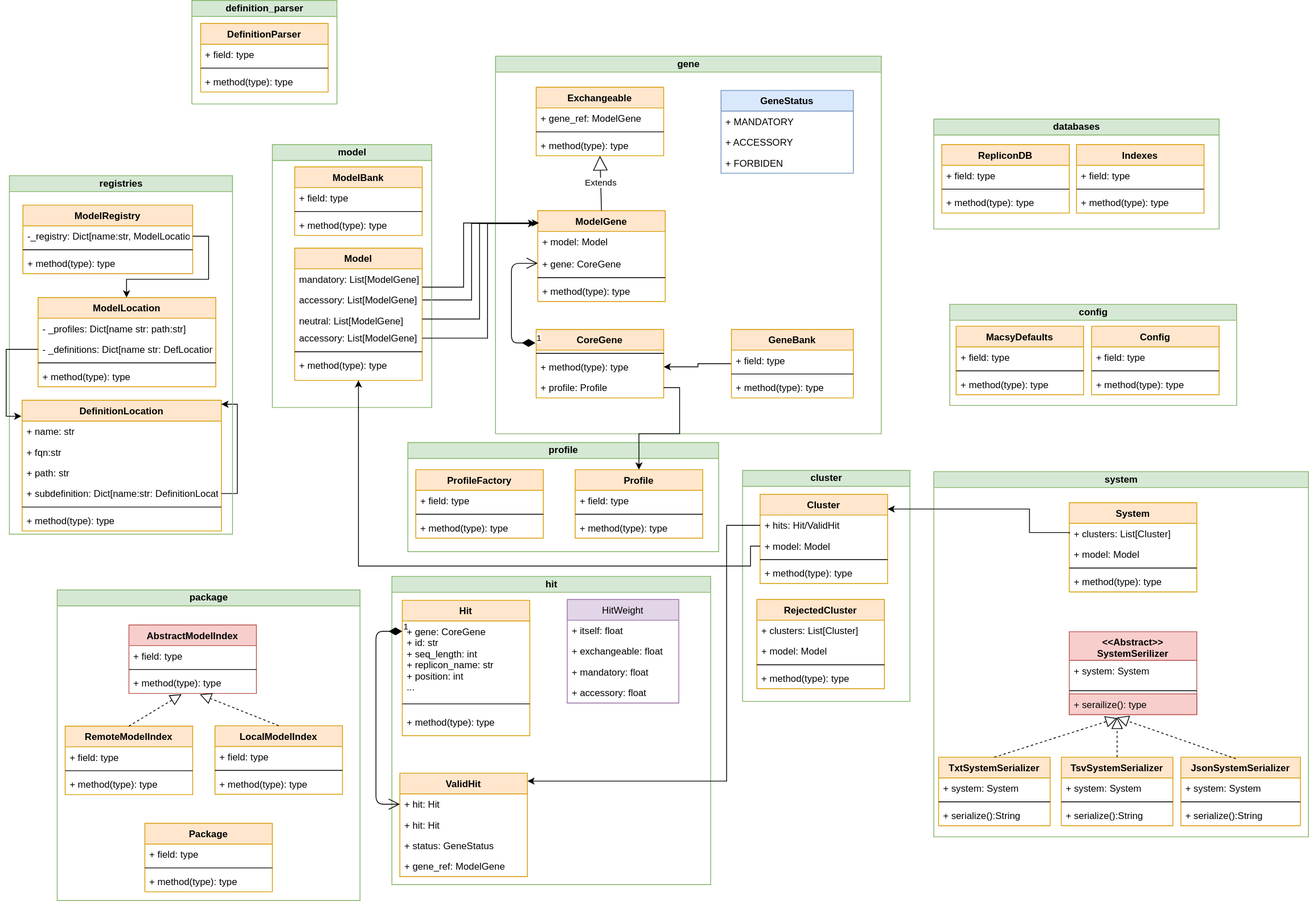
Earlier version of the draw.io export doc/source/_static/macsyfinder_classes.svg (gem-pasteur/macsyfinder). Source tidied: cells renumbered, new cells last; positions are measured from the earlier drawing's top-left corner, leaving out a move shared by most shapes.
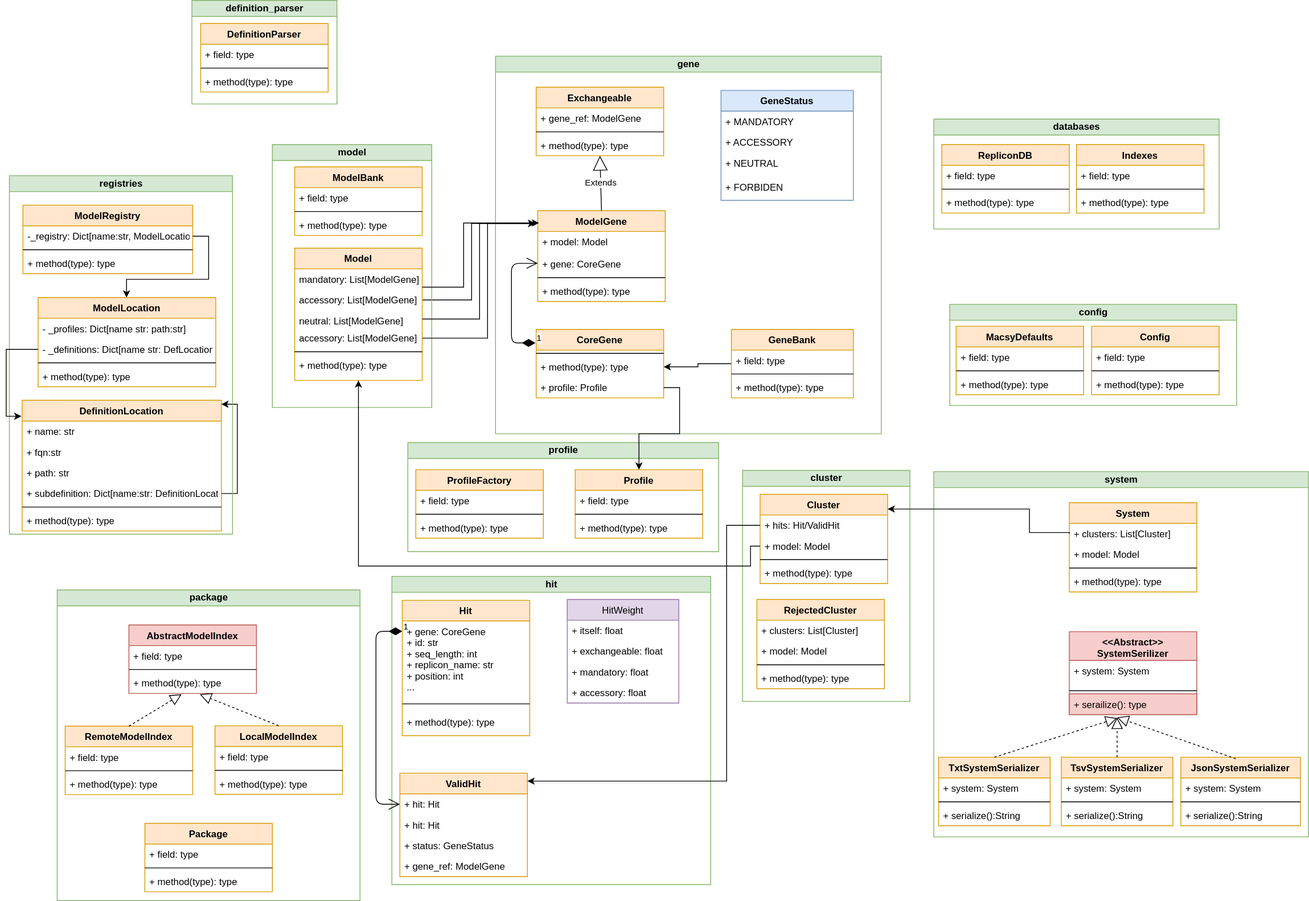
After the commit.

Commit message:
:pencil2: fix GeneStatus in classes schema

Diff of the diagram source:
```diff
@@ -302,17 +302,20 @@
       <mxGeometry x="610" y="70" width="484" height="474" as="geometry" />
     </mxCell>
     <mxCell id="99" value="GeneStatus" style="swimlane;fontStyle=1;align=center;verticalAlign=top;horizontal=1;startSize=26;fillColor=#dae8fc;strokeColor=#6c8ebf;" parent="98" vertex="1">
-      <mxGeometry x="283" y="43" width="166" height="104" as="geometry" />
+      <mxGeometry x="283" y="43" width="166" height="138" as="geometry" />
     </mxCell>
     <mxCell id="100" value="+ MANDATORY" style="text;strokeColor=none;fillColor=none;align=left;verticalAlign=top;spacingLeft=4;spacingRight=4;overflow=hidden;" parent="99" vertex="1">
       <mxGeometry y="26" width="166" height="26" as="geometry" />
     </mxCell>
-    <mxCell id="101" value="+ ACCESSORY" style="text;strokeColor=none;fillColor=none;align=left;verticalAlign=top;spacingLeft=4;spacingRight=4;overflow=hidden;" parent="99" vertex="1">
+    <mxCell id="101" value="+ ACCESSORY&#10;" style="text;strokeColor=none;fillColor=none;align=left;verticalAlign=top;spacingLeft=4;spacingRight=4;overflow=hidden;" parent="99" vertex="1">
       <mxGeometry y="52" width="166" height="26" as="geometry" />
     </mxCell>
-    <mxCell id="102" value="+ FORBIDEN" style="text;strokeColor=none;fillColor=none;align=left;verticalAlign=top;spacingLeft=4;spacingRight=4;overflow=hidden;" parent="99" vertex="1">
-      <mxGeometry y="78" width="166" height="26" as="geometry" />
+    <mxCell id="102" value="+ NEUTRAL" style="text;strokeColor=none;fillColor=none;align=left;verticalAlign=top;spacingLeft=4;spacingRight=4;overflow=hidden;" parent="99" vertex="1">
+      <mxGeometry y="78" width="166" height="30" as="geometry" />
     </mxCell>
+    <mxCell id="170" value="+ FORBIDEN" style="text;strokeColor=none;fillColor=none;align=left;verticalAlign=top;spacingLeft=4;spacingRight=4;overflow=hidden;" parent="99" vertex="1">
+      <mxGeometry y="108" width="166" height="30" as="geometry" />
+    </mxCell>
     <mxCell id="103" style="edgeStyle=orthogonalEdgeStyle;rounded=0;orthogonalLoop=1;jettySize=auto;html=1;exitX=0.5;exitY=0;exitDx=0;exitDy=0;entryX=0.5;entryY=1;entryDx=0;entryDy=0;" parent="98" edge="1">
       <mxGeometry relative="1" as="geometry" />
     </mxCell>
```
